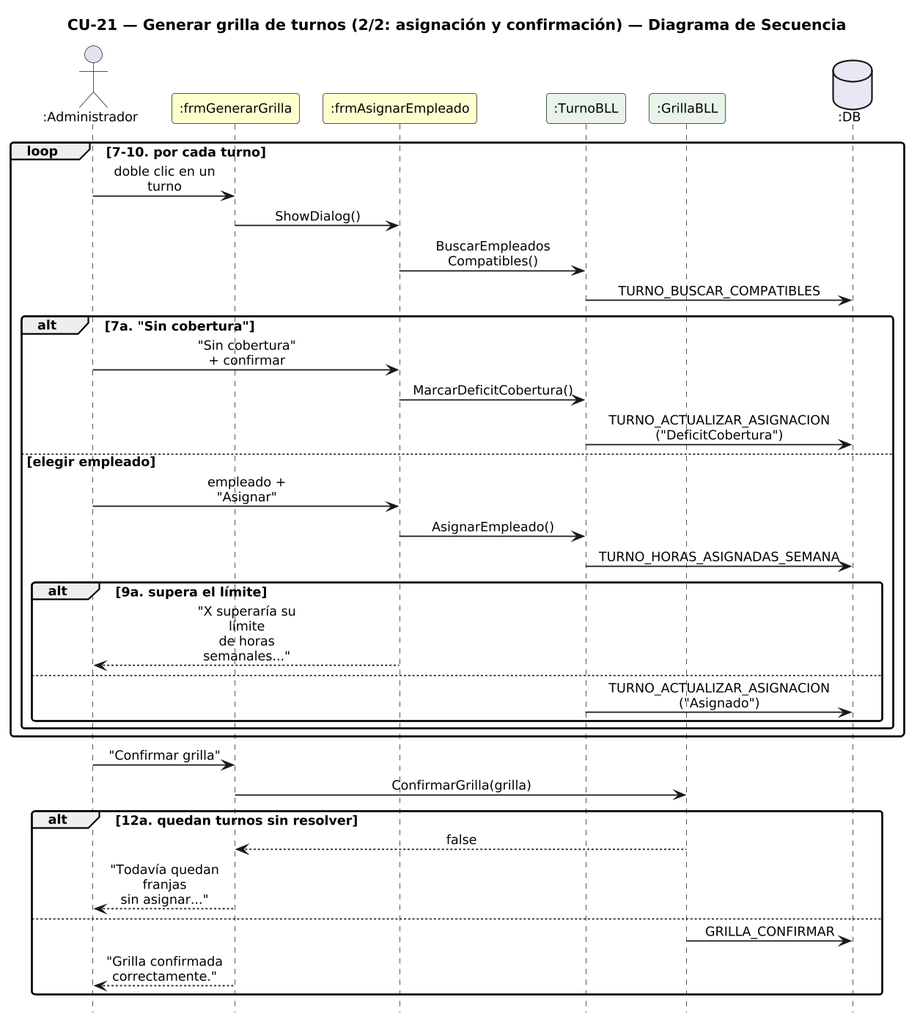
Above: DIAGRAMAS/DiagramaSecuencia_CU21b_GenerarGrilla_Asignacion.png in Urrels/ingenieria_software (PlantUML), before the change.
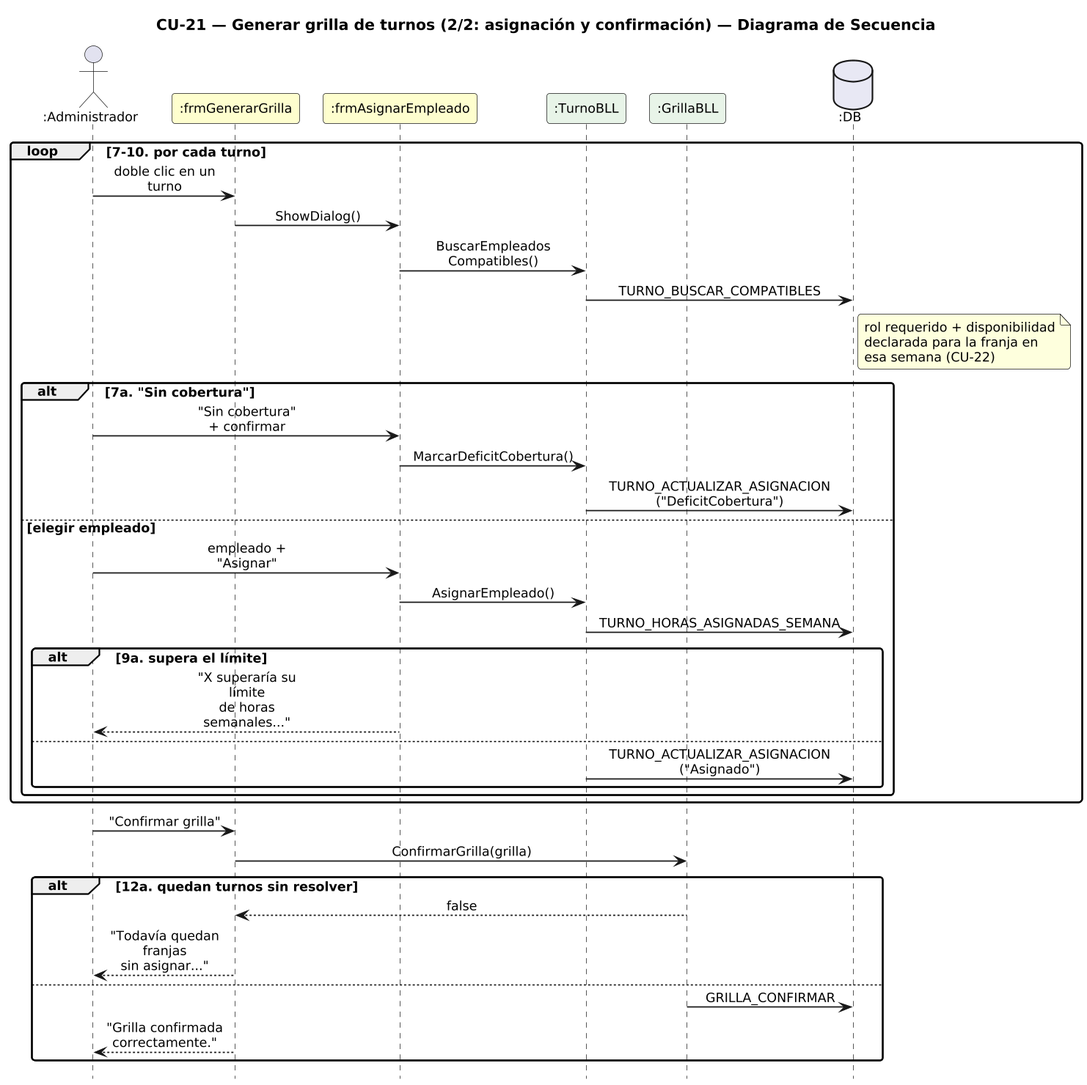
Later version of the same file.

What changed in the source:
```diff
@@ -25,6 +25,7 @@
   F -> AE : ShowDialog()
   AE -> T : BuscarEmpleados\nCompatibles()
   T -> DB : TURNO_BUSCAR_COMPATIBLES
+  note right of DB : rol requerido + disponibilidad\ndeclarada para la franja en\nesa semana (CU-22)
   alt 7a. "Sin cobertura"
     A -> AE : "Sin cobertura"\n+ confirmar
     AE -> T : MarcarDeficitCobertura()
```
